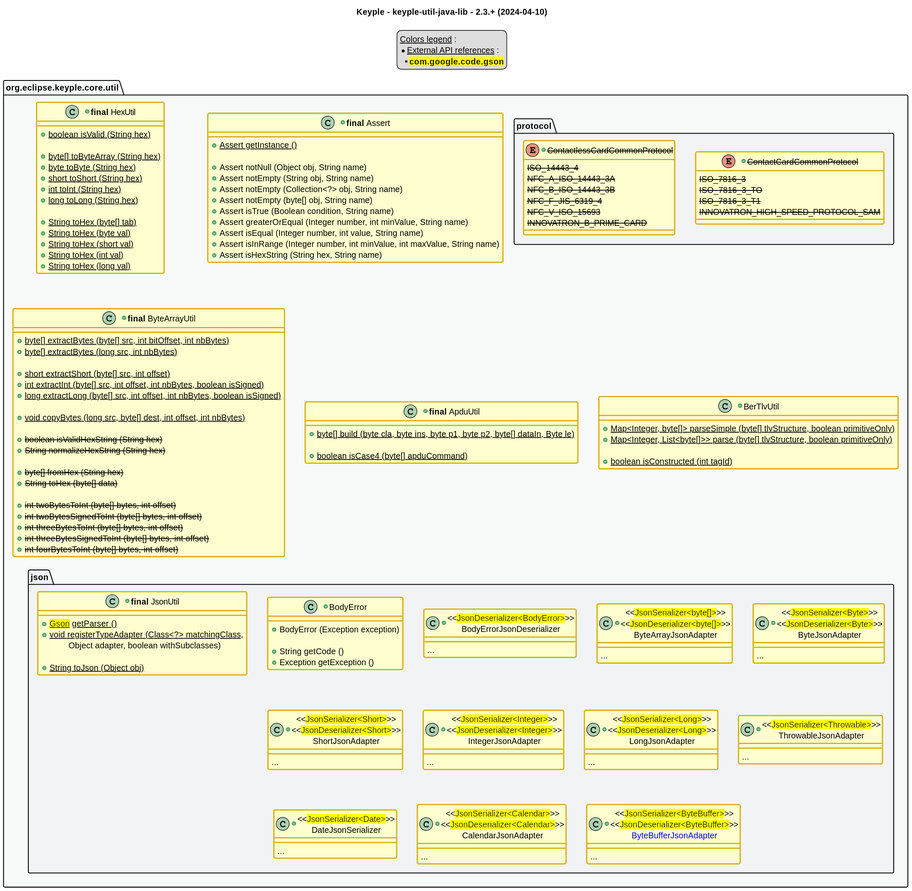
Above: src/main/uml/api_class_diagram.svg in eclipse-keyple/keyple-util-java-lib (PlantUML), before the change. The source it was exported from:
```plantuml
@startuml
title
    Keyple - keyple-util-java-lib - 2.3.+ (2024-04-10)
end title


!define C_GREY1 F8F9F9
!define C_GREY2 F2F3F4
!define C_GREY3 E5E7E9
!define C_GREY4 D7DBDD
!define C_GREY5 CACFD2
!define C_GREY6 BDC3C7
!define C_LINK 3498DB
!define C_USE 27AE60

skinparam stereotypeABorderColor #A9DCDF
skinparam stereotypeIBorderColor #B4A7E5
skinparam stereotypeCBorderColor #ADD1B2
skinparam stereotypeEBorderColor #EB93DF

skinparam ClassBorderThickness 2
skinparam ArrowThickness 2

skinparam ClassBackgroundColor #FEFECE
skinparam ClassBorderColor #D4AC0D
skinparam ClassBackgroundColor<<red>> #FDEDEC
skinparam ClassBorderColor<<red>> #E74C3C
hide <<red>> stereotype
skinparam ClassBackgroundColor<<purple>> #F4ECF7
skinparam ClassBorderColor<<purple>> #8E44AD
hide <<purple>> stereotype
skinparam ClassBackgroundColor<<blue>> #EBF5FB
skinparam ClassBorderColor<<blue>> #3498DB
hide <<blue>> stereotype
skinparam ClassBackgroundColor<<green>> #E9F7EF
skinparam ClassBorderColor<<green>> #27AE60
hide <<green>> stereotype
skinparam ClassBackgroundColor<<grey>> #EAECEE
skinparam ClassBorderColor<<grey>> #2C3E50
hide <<grey>> stereotype


legend top
    __Colors legend__ :
    * __External API references__ :
    ** <back:yellow>**com.google.code.gson**</back>
end legend

package "org.eclipse.keyple.core.util" as util {
    +class "**final** Assert" as Assert {
        +{static} Assert getInstance ()

        +Assert notNull (Object obj, String name)
        +Assert notEmpty (String obj, String name)
        +Assert notEmpty (Collection<?> obj, String name)
        +Assert notEmpty (byte[] obj, String name)
        +Assert isTrue (Boolean condition, String name)
        +Assert greaterOrEqual (Integer number, int minValue, String name)
        +Assert isEqual (Integer number, int value, String name)
        +Assert isInRange (Integer number, int minValue, int maxValue, String name)
        +Assert isHexString (String hex, String name)
    }
    +class "**final** ByteArrayUtil" as ByteArrayUtil {
        +{static} byte[] extractBytes (byte[] src, int bitOffset, int nbBytes)
        +{static} byte[] extractBytes (long src, int nbBytes)

        +{static} short extractShort (byte[] src, int offset)
        +{static} int extractInt (byte[] src, int offset, int nbBytes, boolean isSigned)
        +{static} long extractLong (byte[] src, int offset, int nbBytes, boolean isSigned)

        +{static} void copyBytes (long src, byte[] dest, int offset, int nbBytes)

        +<s>boolean isValidHexString (String hex)
        +<s>String normalizeHexString (String hex)

        +<s>byte[] fromHex (String hex)
        +<s>String toHex (byte[] data)

        +<s>int twoBytesToInt (byte[] bytes, int offset)
        +<s>int twoBytesSignedToInt (byte[] bytes, int offset)
        +<s>int threeBytesToInt (byte[] bytes, int offset)
        +<s>int threeBytesSignedToInt (byte[] bytes, int offset)
        +<s>int fourBytesToInt (byte[] bytes, int offset)
    }
    +class "**final** HexUtil" as HexUtil {
        +{static} boolean isValid (String hex)

        +{static} byte[] toByteArray (String hex)
        +{static} byte toByte (String hex)
        +{static} short toShort (String hex)
        +{static} int toInt (String hex)
        +{static} long toLong (String hex)

        +{static} String toHex (byte[] tab)
        +{static} String toHex (byte val)
        +{static} String toHex (short val)
        +{static} String toHex (int val)
        +{static} String toHex (long val)
    }
    +class "**final** ApduUtil" as ApduUtil {
        +{static} byte[] build (byte cla, byte ins, byte p1, byte p2, byte[] dataIn, Byte le)

        +{static} boolean isCase4 (byte[] apduCommand)
    }
    +class BerTlvUtil {
        +{static} Map<Integer, byte[]> parseSimple (byte[] tlvStructure, boolean primitiveOnly)
        +{static} Map<Integer, List<byte[]>> parse (byte[] tlvStructure, boolean primitiveOnly)

        +{static} boolean isConstructed (int tagId)
    }
    package json {
        +class "**final** JsonUtil" as JsonUtil {
            +{static} <back:yellow>Gson</back> getParser ()
            +{static} void registerTypeAdapter (Class<?> matchingClass,
                \tObject adapter, boolean withSubclasses)

            +{static} String toJson (Object obj)
        }
        +class BodyError {
            +BodyError (Exception exception)

            +String getCode ()
            +Exception getException ()
        }
        +class "<<<back:yellow>JsonDeserializer<BodyError></back>>>\nBodyErrorJsonDeserializer" as BodyErrorJsonDeserializer {
            __
            ...
        }
        +class "<<<back:yellow>JsonSerializer<byte[]></back>>>\n<<<back:yellow>JsonDeserializer<byte[]></back>>>\nByteArrayJsonAdapter" as ByteArrayJsonAdapter {
            __
            ...
        }
        +class "<<<back:yellow>JsonSerializer<Byte></back>>>\n<<<back:yellow>JsonDeserializer<Byte></back>>>\nByteJsonAdapter" as ByteJsonAdapter {
            __
            ...
        }
        +class "<<<back:yellow>JsonSerializer<Short></back>>>\n<<<back:yellow>JsonDeserializer<Short></back>>>\nShortJsonAdapter" as ShortJsonAdapter {
            __
            ...
        }
        +class "<<<back:yellow>JsonSerializer<Integer></back>>>\n<<<back:yellow>JsonDeserializer<Integer></back>>>\nIntegerJsonAdapter" as IntegerJsonAdapter {
            __
            ...
        }
        +class "<<<back:yellow>JsonSerializer<Long></back>>>\n<<<back:yellow>JsonDeserializer<Long></back>>>\nLongJsonAdapter" as LongJsonAdapter {
            __
            ...
        }
        +class "<<<back:yellow>JsonSerializer<Throwable></back>>>\nThrowableJsonAdapter" as ThrowableJsonAdapter {
            __
            ...
        }
        +class "<<<back:yellow>JsonSerializer<Date></back>>>\nDateJsonSerializer" as DateJsonSerializer {
            __
            ...
        }
        +class "<<<back:yellow>JsonSerializer<Calendar></back>>>\n<<<back:yellow>JsonDeserializer<Calendar></back>>>\nCalendarJsonAdapter" as CalendarJsonAdapter {
            __
            ...
        }
        +class "<<<back:yellow>JsonSerializer<ByteBuffer></back>>>\n<<<back:yellow>JsonDeserializer<ByteBuffer></back>>>\n<color:blue>ByteBufferJsonAdapter" as ByteBufferJsonAdapter {
            __
            ...
        }
    }
    package protocol {
        +enum "<s>ContactCardCommonProtocol</s>" as ContactCardCommonProtocol {
            <s>ISO_7816_3
            <s>ISO_7816_3_TO
            <s>ISO_7816_3_T1
            <s>INNOVATRON_HIGH_SPEED_PROTOCOL_SAM
        }
        +enum "<s>ContactlessCardCommonProtocol</s>" as ContactlessCardCommonProtocol {
            <s>ISO_14443_4
            <s>NFC_A_ISO_14443_3A
            <s>NFC_B_ISO_14443_3B
            <s>NFC_F_JIS_6319_4
            <s>NFC_V_ISO_15693
            <s>INNOVATRON_B_PRIME_CARD
        }
    }
}



ByteArrayUtil -[hidden]- JsonUtil

Assert -[hidden]- ByteArrayUtil
Assert -[hidden]- ApduUtil
Assert -[hidden]- BerTlvUtil


package util #C_GREY1 {}
package util.json #C_GREY2 {}
package util.protocol #C_GREY2 {}
@enduml
```
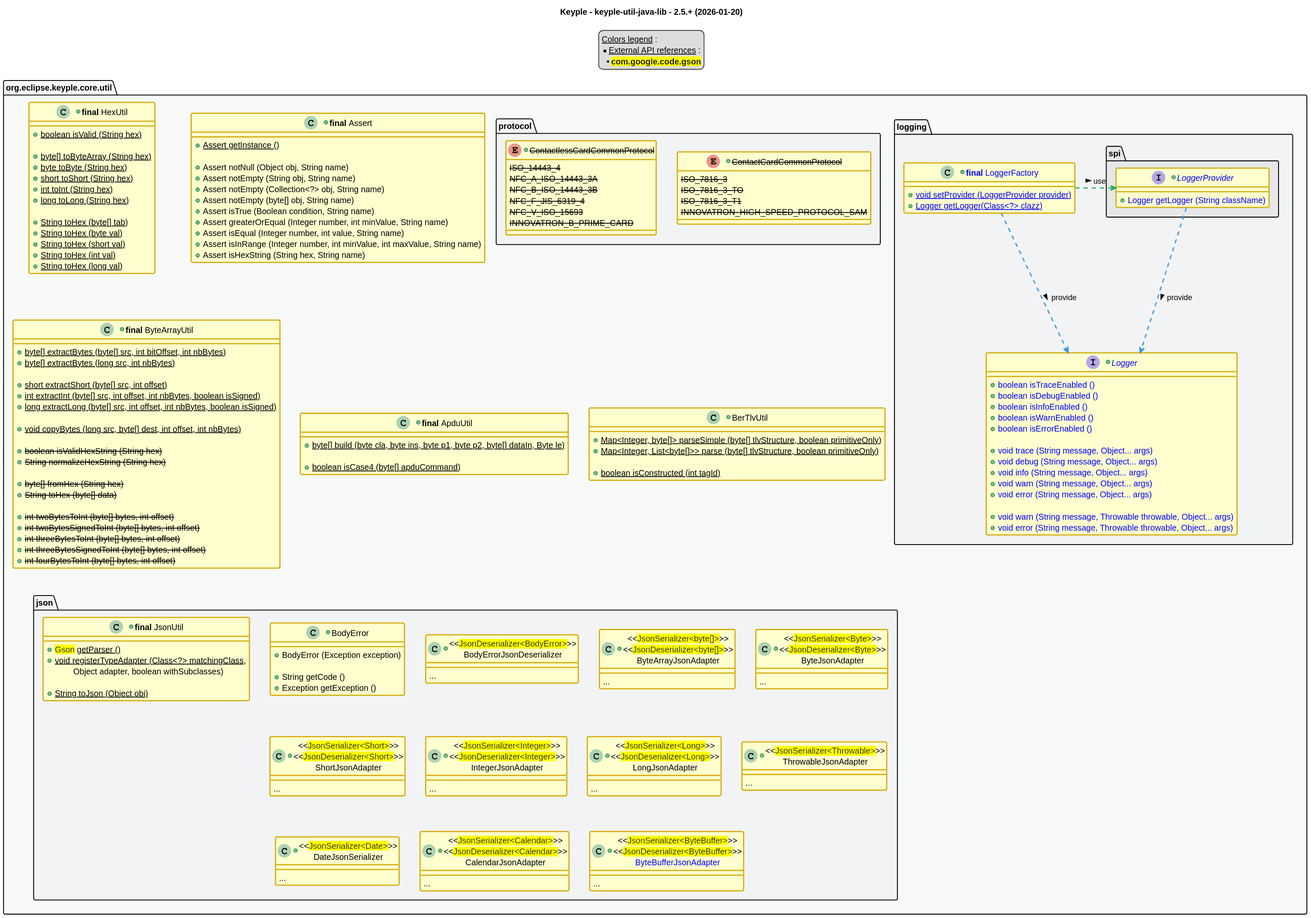
After the change.

Change to the diagram source:
```diff
@@ -1,6 +1,6 @@
 @startuml
 title
-    Keyple - keyple-util-java-lib - 2.3.+ (2024-04-10)
+    Keyple - keyple-util-java-lib - 2.5.+ (2026-01-20)
 end title
 
 
@@ -163,6 +163,33 @@
             ...
         }
     }
+    package logging {
+        +class "<color:blue>**final** LoggerFactory" as LoggerFactory {
+            +<color:blue>{static} void setProvider (LoggerProvider provider)
+            +<color:blue>{static} Logger getLogger(Class<?> clazz)
+        }
+        +interface "<color:blue>Logger" as Logger {
+            +<color:blue>boolean isTraceEnabled ()
+            +<color:blue>boolean isDebugEnabled ()
+            +<color:blue>boolean isInfoEnabled ()
+            +<color:blue>boolean isWarnEnabled ()
+            +<color:blue>boolean isErrorEnabled ()
+
+            +<color:blue>void trace (String message, Object... args)
+            +<color:blue>void debug (String message, Object... args)
+            +<color:blue>void info (String message, Object... args)
+            +<color:blue>void warn (String message, Object... args)
+            +<color:blue>void error (String message, Object... args)
+
+            +<color:blue>void warn (String message, Throwable throwable, Object... args)
+            +<color:blue>void error (String message, Throwable throwable, Object... args)
+        }
+        package spi {
+            +interface "<color:blue>LoggerProvider" as LoggerProvider {
+                +<color:blue>Logger getLogger (String className)
+            }
+        }
+    }
     package protocol {
         +enum "<s>ContactCardCommonProtocol</s>" as ContactCardCommonProtocol {
             <s>ISO_7816_3
@@ -182,6 +209,11 @@
 }
 
 
+LoggerFactory .right.> LoggerProvider #C_USE : use >
+LoggerFactory ..> Logger #C_LINK : provide >
+
+LoggerProvider ..> Logger #C_LINK : provide >
+
 
 ByteArrayUtil -[hidden]- JsonUtil
 
@@ -193,4 +225,6 @@
 package util #C_GREY1 {}
 package util.json #C_GREY2 {}
 package util.protocol #C_GREY2 {}
+package util.logging #C_GREY2 {}
+package util.logging.spi #C_GREY3 {}
 @enduml
```
